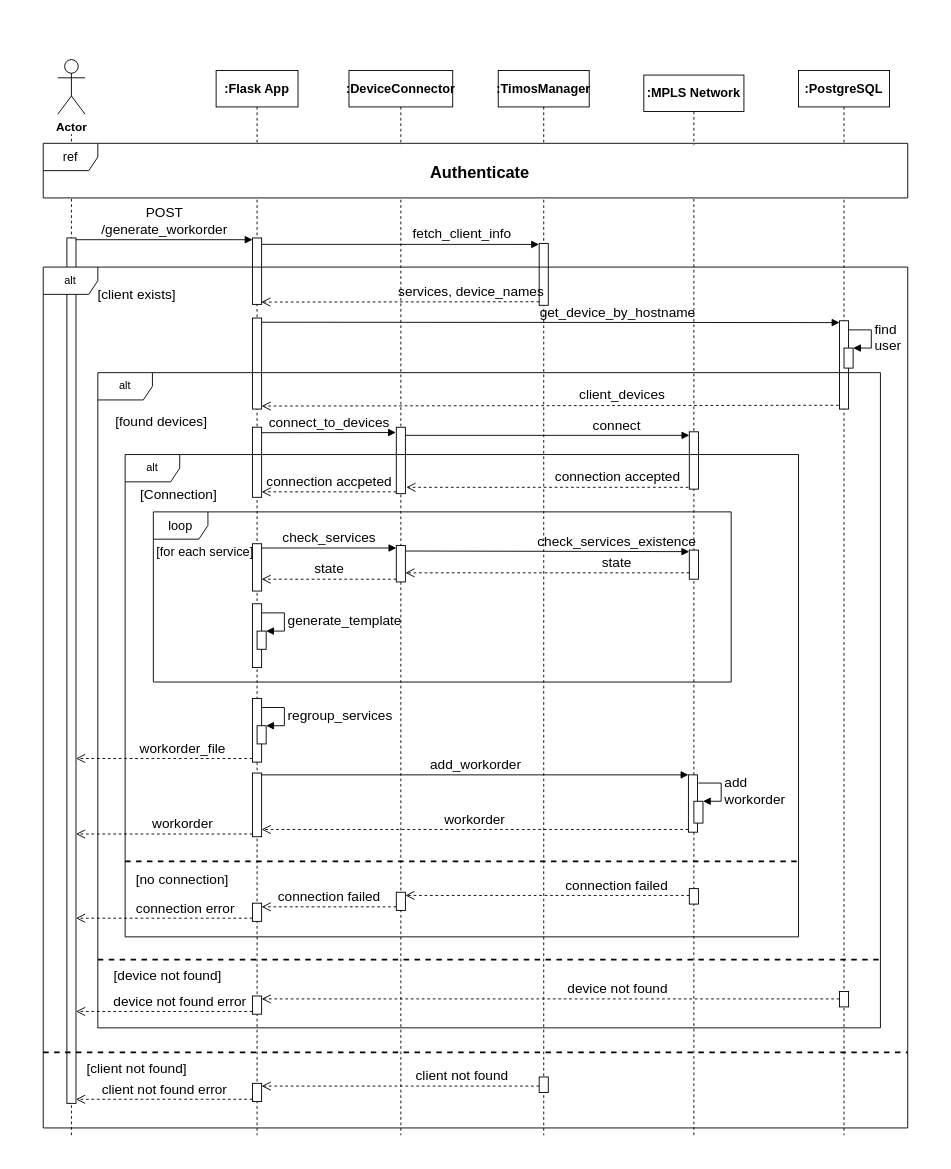
DrXneaky/Diagram keeps this draw.io diagram as sequence_generate_workorder.drawio. Above is the earlier version. Source tidied: cells renumbered, new cells numbered last; positions are measured from the earlier drawing's top-left corner, leaving out a move shared by most shapes. Both pictures are drawn from the tidied source at 91%, with x=0, y=0 at pixel (43, 59).
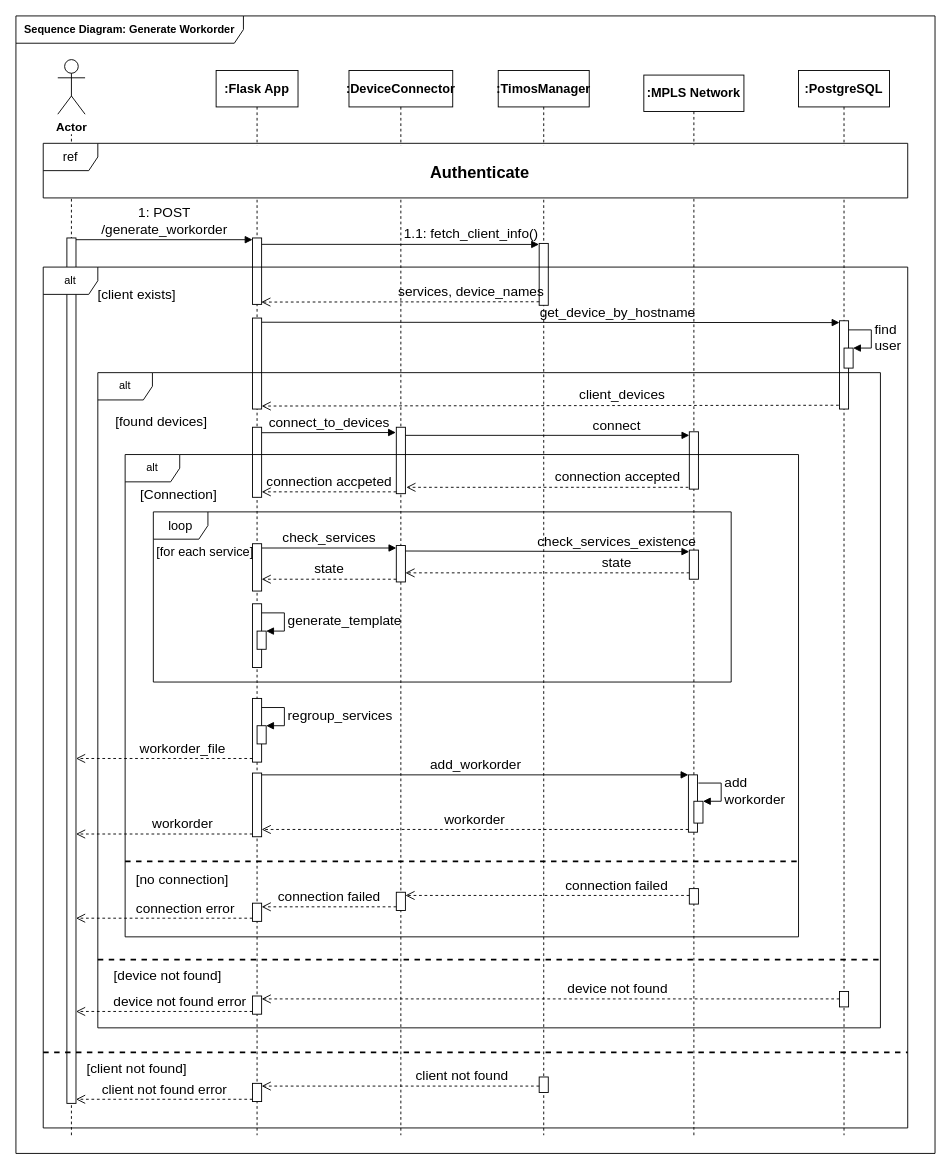
After the change.

Unchanged cells that the change refers to:
```xml
<mxCell id="29" style="html=1;points=[];perimeter=orthogonalPerimeter;strokeWidth=1;fillColor=#ffffff;" parent="1" vertex="1">
  <mxGeometry x="26" y="196" width="10" height="951" as="geometry" />
</mxCell>
<mxCell id="40" value="&lt;font face=&quot;Old Standard TT&quot; size=&quot;1&quot;&gt;&lt;b style=&quot;font-size: 14px&quot;&gt;:Flask App&lt;/b&gt;&lt;/font&gt;" style="shape=umlLifeline;perimeter=lifelinePerimeter;whiteSpace=wrap;html=1;" parent="1" vertex="1">
  <mxGeometry x="190" y="12" width="90" height="1170" as="geometry" />
</mxCell>
```

Diff of the diagram source:
```diff
@@
+    <mxCell id="79" value="&lt;font face=&quot;Old Standard TT&quot;&gt;&lt;b&gt;Sequence Diagram: Generate Workorder&lt;/b&gt;&lt;/font&gt;" style="shape=umlFrame;whiteSpace=wrap;html=1;width=250;height=30;" parent="1" vertex="1">
+      <mxGeometry x="-30" y="-48" width="1010" height="1250" as="geometry" />
+    </mxCell>
@@
-    <mxCell id="30" value="&lt;font style=&quot;font-size: 15px&quot; face=&quot;Old Standard TT&quot;&gt;POST &lt;br&gt;/generate_workorder&lt;/font&gt;" style="html=1;verticalAlign=bottom;startArrow=none;endArrow=block;startSize=8;startFill=0;labelBackgroundColor=none;entryX=0;entryY=0.037;entryDx=0;entryDy=0;entryPerimeter=0;" parent="1" edge="1" source="29">
+    <mxCell id="30" value="&lt;font style=&quot;font-size: 15px&quot; face=&quot;Old Standard TT&quot;&gt;1: POST &lt;br&gt;/generate_workorder&lt;/font&gt;" style="html=1;verticalAlign=bottom;startArrow=none;endArrow=block;startSize=8;startFill=0;labelBackgroundColor=none;entryX=0;entryY=0.037;entryDx=0;entryDy=0;entryPerimeter=0;" parent="1" edge="1" source="29">
       <mxGeometry relative="1" as="geometry">
         <mxPoint x="230" y="197.9" as="targetPoint" />
       </mxGeometry>
     </mxCell>
@@
-    <mxCell id="41" value="&lt;font face=&quot;Old Standard TT&quot; style=&quot;font-size: 15px&quot;&gt;fetch_client_info&lt;/font&gt;" style="html=1;verticalAlign=bottom;endArrow=block;labelBackgroundColor=none;entryX=-0.02;entryY=0.059;entryDx=0;entryDy=0;entryPerimeter=0;" parent="40" edge="1">
-      <mxGeometry x="0.45" relative="1" as="geometry">
+    <mxCell id="41" value="&lt;font face=&quot;Old Standard TT&quot; style=&quot;font-size: 15px&quot;&gt;1.1: fetch_client_info()&lt;/font&gt;" style="html=1;verticalAlign=bottom;endArrow=block;labelBackgroundColor=none;entryX=-0.02;entryY=0.059;entryDx=0;entryDy=0;entryPerimeter=0;" parent="40" edge="1">
+      <mxGeometry x="0.52" relative="1" as="geometry">
         <mxPoint x="45.1" y="191" as="sourcePoint" />
         <mxPoint x="354.8" y="191.1" as="targetPoint" />
       </mxGeometry>
     </mxCell>
```
